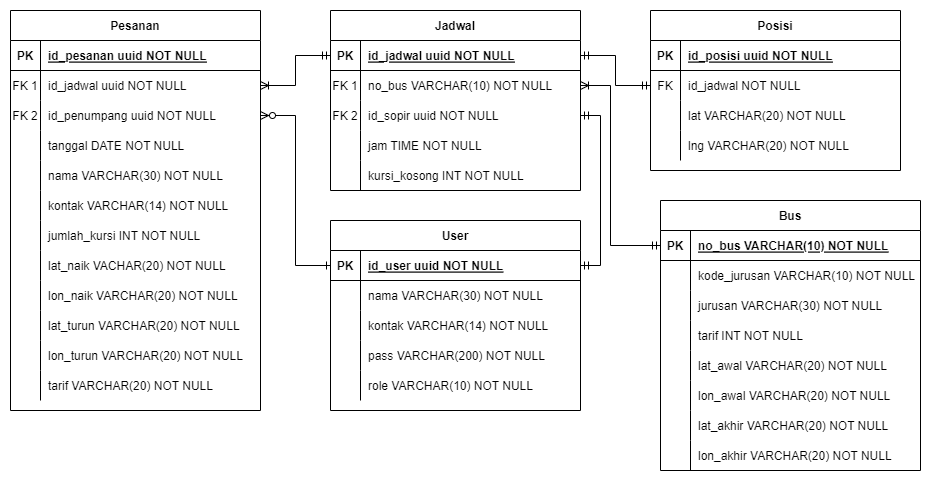
Earlier version of the draw.io export img/struktur data-gobus.drawio.png (nentinur/Ubiquitous-Computing). Source tidied: cells renumbered, new cells last; positions are measured from the earlier drawing's top-left corner, leaving out a move shared by most shapes.
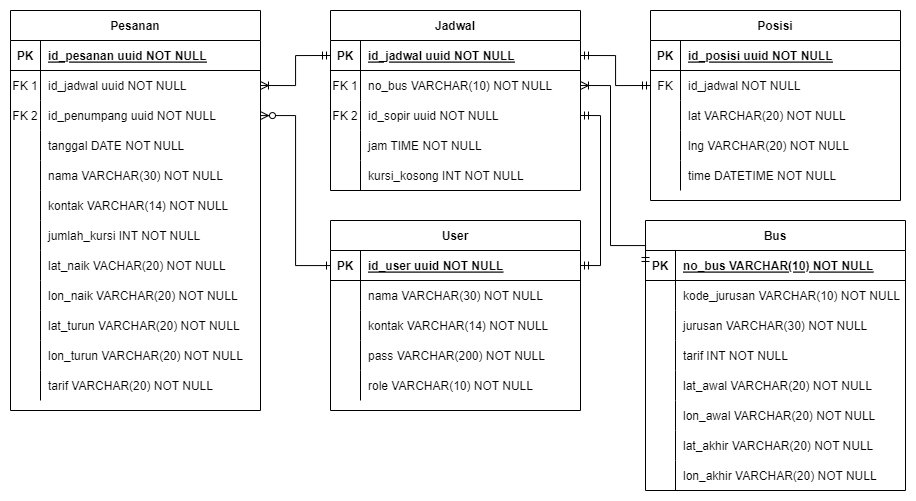
Later version of the same file.

The edit, as a diff of the source:
```diff
@@ -117,7 +117,7 @@
       <mxGeometry x="30" width="220" height="30" as="geometry" />
     </mxCell>
     <mxCell id="40" value="Posisi" style="shape=table;startSize=30;rowLines=0;fontStyle=1;align=center;" parent="1" vertex="1">
-      <mxGeometry x="640" width="250" height="160" as="geometry" />
+      <mxGeometry x="640" width="250" height="190" as="geometry" />
     </mxCell>
     <mxCell id="41" style="shape=partialRectangle;fillColor=none;top=0;left=0;right=0;bottom=1;" parent="40" vertex="1">
       <mxGeometry y="30" width="250" height="30" as="geometry" />
@@ -155,6 +155,15 @@
     <mxCell id="52" value="lng VARCHAR(20) NOT NULL" style="shape=partialRectangle;overflow=hidden;fillColor=none;top=0;left=0;bottom=0;right=0;align=left;spacingLeft=6;" parent="50" vertex="1">
       <mxGeometry x="30" width="220" height="30" as="geometry" />
     </mxCell>
+    <mxCell id="114" style="shape=partialRectangle;fillColor=none;top=0;left=0;right=0;bottom=0;" parent="40" vertex="1">
+      <mxGeometry y="150" width="250" height="30" as="geometry" />
+    </mxCell>
+    <mxCell id="115" style="shape=partialRectangle;overflow=hidden;fillColor=none;top=0;left=0;bottom=0;right=0;" parent="114" vertex="1">
+      <mxGeometry width="30" height="30" as="geometry" />
+    </mxCell>
+    <mxCell id="116" value="time DATETIME NOT NULL" style="shape=partialRectangle;overflow=hidden;fillColor=none;top=0;left=0;bottom=0;right=0;align=left;spacingLeft=6;" parent="114" vertex="1">
+      <mxGeometry x="30" width="220" height="30" as="geometry" />
+    </mxCell>
     <mxCell id="53" value="User" style="shape=table;startSize=30;rowLines=0;fontStyle=1;align=center;" parent="1" vertex="1">
       <mxGeometry x="320" y="210" width="250" height="190" as="geometry" />
     </mxCell>
@@ -252,7 +261,7 @@
       <mxGeometry x="30" width="220" height="30" as="geometry" />
     </mxCell>
     <mxCell id="85" value="Bus" style="shape=table;startSize=30;rowLines=0;fontStyle=1;align=center;" parent="1" vertex="1">
-      <mxGeometry x="650" y="190" width="260" height="270" as="geometry" />
+      <mxGeometry x="635" y="210" width="260" height="270" as="geometry" />
     </mxCell>
     <mxCell id="86" style="shape=tableRow;horizontal=0;startSize=0;swimlaneHead=0;swimlaneBody=0;fillColor=none;points=[[0,0.5],[1,0.5]];portConstraint=eastwest;top=0;left=0;right=0;bottom=1;" parent="85" vertex="1">
       <mxGeometry y="30" width="260" height="30" as="geometry" />
```
